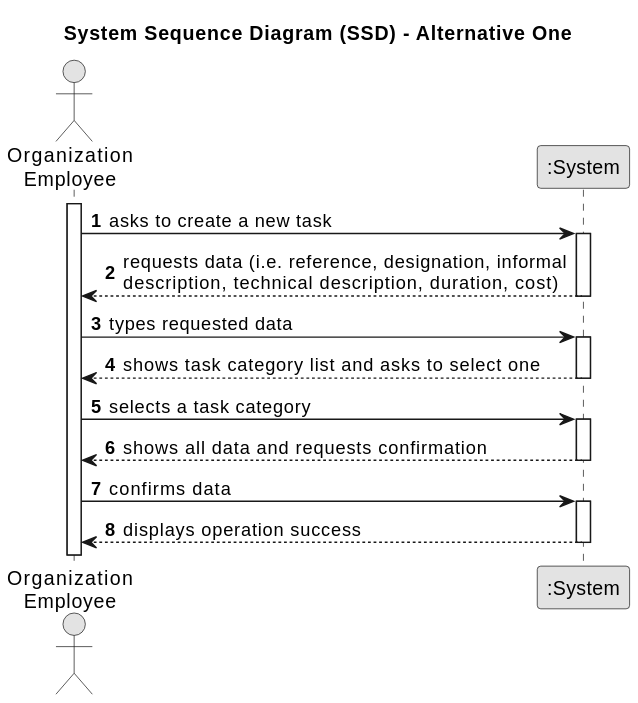
This is docs/sprintA/us003/01.requirements-engineering/svg/us006-system-sequence-diagram-alternative-one.svg from daniel41silva05/ISEP_2023_2024_LAPR2, a PlantUML export, as it was before one commit. Its diagram source:
```plantuml
@startuml
skinparam monochrome true
skinparam packageStyle rectangle
skinparam shadowing false

title System Sequence Diagram (SSD) - Alternative One

autonumber

actor "Organization\nEmployee" as Employee
participant ":System" as System

activate Employee

    Employee -> System : asks to create a new task
    activate System

        System --> Employee : requests data (i.e. reference, designation, informal\ndescription, technical description, duration, cost)
    deactivate System

    Employee -> System : types requested data
    activate System

        System --> Employee : shows task category list and asks to select one
    deactivate System

    Employee -> System : selects a task category
    activate System

        System --> Employee : shows all data and requests confirmation
    deactivate System

    Employee -> System : confirms data
    activate System

        System --> Employee : displays operation success
    deactivate System
@enduml
```
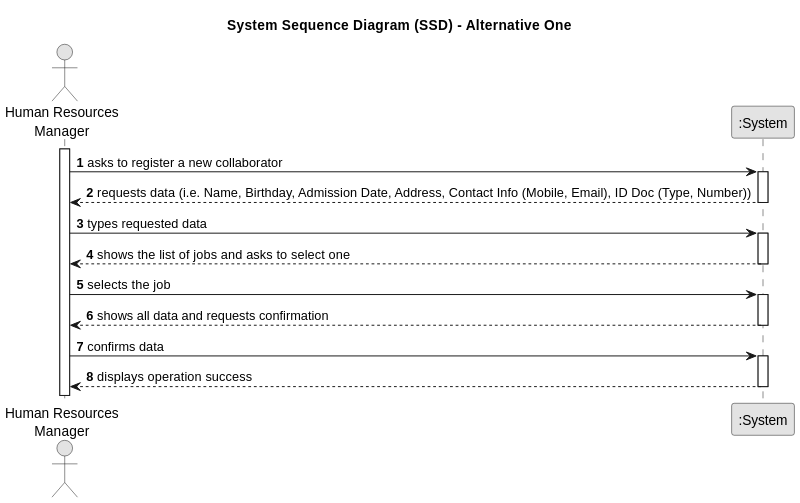
The same diagram one commit later.

The edit, as a diff of the source:
```diff
@@ -7,32 +7,32 @@
 
 autonumber
 
-actor "Organization\nEmployee" as Employee
+actor "Human Resources\nManager" as HRM
 participant ":System" as System
 
-activate Employee
+activate HRM
 
-    Employee -> System : asks to create a new task
+    HRM -> System : asks to register a new collaborator
     activate System
 
-        System --> Employee : requests data (i.e. reference, designation, informal\ndescription, technical description, duration, cost)
+        System --> HRM : requests data (i.e. Name, Birthday, Admission Date, Address, Contact Info (Mobile, Email), ID Doc (Type, Number))
     deactivate System
 
-    Employee -> System : types requested data
+    HRM -> System : types requested data
     activate System
 
-        System --> Employee : shows task category list and asks to select one
+        System --> HRM : shows the list of jobs and asks to select one
     deactivate System
 
-    Employee -> System : selects a task category
+    HRM -> System : selects the job
     activate System
 
-        System --> Employee : shows all data and requests confirmation
+        System --> HRM : shows all data and requests confirmation
     deactivate System
 
-    Employee -> System : confirms data
+    HRM -> System : confirms data
     activate System
 
-        System --> Employee : displays operation success
+        System --> HRM : displays operation success
     deactivate System
 @enduml
```
